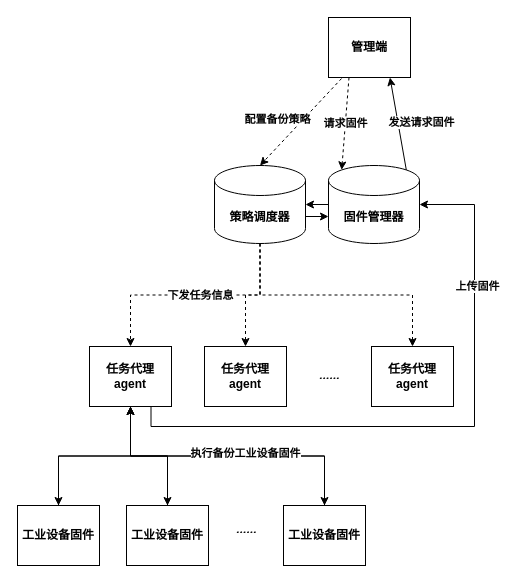
Alpha-Girl/drawio keeps this draw.io diagram as patent1.drawio. Above is the earlier version. Source tidied: cells renumbered, new cells numbered last; positions are measured from the earlier drawing's top-left corner, leaving out a move shared by most shapes. Both pictures are drawn from the tidied source at 100%, with x=0, y=0 at pixel (17, 17).
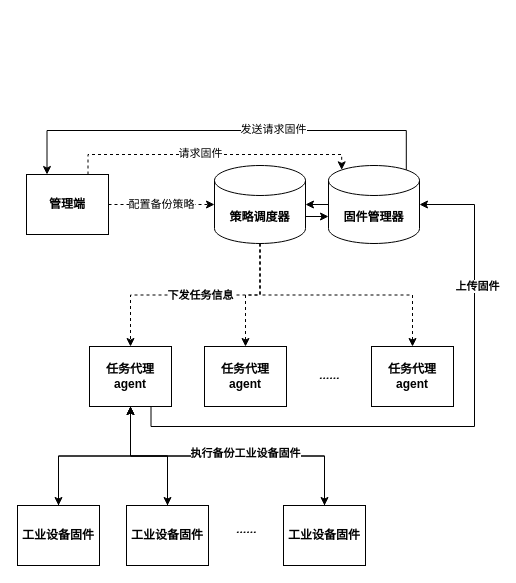
The same diagram, later.

Unchanged cells that the change refers to:
```xml
<mxCell id="11" value="策略调度器" style="shape=cylinder3;whiteSpace=wrap;html=1;boundedLbl=1;backgroundOutline=1;size=15;fontStyle=1;" parent="1" vertex="1">
  <mxGeometry x="197" y="148" width="91" height="78" as="geometry" />
</mxCell>
<mxCell id="30" value="固件管理器" style="shape=cylinder3;whiteSpace=wrap;html=1;boundedLbl=1;backgroundOutline=1;size=15;fontStyle=1;" parent="1" vertex="1">
  <mxGeometry x="311" y="148" width="91" height="78" as="geometry" />
</mxCell>
```

Change to the diagram source:
```diff
@@
-    <mxCell id="2" style="rounded=0;jettySize=auto;html=1;exitX=0.159;exitY=1.017;exitDx=0;exitDy=0;entryX=0.5;entryY=0;entryDx=0;entryDy=0;entryPerimeter=0;dashed=1;exitPerimeter=0;" parent="1" edge="1" source="5" target="11">
-      <mxGeometry relative="1" as="geometry" />
-    </mxCell>
-    <mxCell id="3" value="配置备份策略" style="edgeLabel;html=1;align=center;verticalAlign=middle;fontStyle=1;" parent="2" vertex="1">
-      <mxGeometry x="-0.11" y="2" relative="1" as="geometry">
-        <mxPoint x="-30" as="offset" />
-      </mxGeometry>
+    <mxCell id="3" value="配置备份策略" style="edgeStyle=orthogonalEdgeStyle;rounded=0;jettySize=auto;html=1;exitX=1;exitY=0.5;exitDx=0;exitDy=0;entryX=0;entryY=0.5;entryDx=0;entryDy=0;entryPerimeter=0;dashed=1;" parent="1" edge="1" source="5" target="11">
+      <mxGeometry relative="1" as="geometry" />
     </mxCell>
+    <mxCell id="32" style="edgeStyle=orthogonalEdgeStyle;rounded=0;jettySize=auto;html=1;exitX=0.75;exitY=0;exitDx=0;exitDy=0;entryX=0.145;entryY=0;entryDx=0;entryDy=4.35;entryPerimeter=0;dashed=1;" parent="1" edge="1" source="5" target="30">
+      <mxGeometry relative="1" as="geometry">
+        <Array as="points">
+          <mxPoint x="71" y="137" />
+          <mxPoint x="324" y="137" />
+        </Array>
+      </mxGeometry>
+    </mxCell>
-    <mxCell id="4" value="请求固件" style="rounded=0;jettySize=auto;html=1;exitX=0.25;exitY=1;exitDx=0;exitDy=0;entryX=0.145;entryY=0;entryDx=0;entryDy=4.35;entryPerimeter=0;fontStyle=1;dashed=1;" parent="1" edge="1" source="5" target="30">
-      <mxGeometry relative="1" as="geometry" />
+    <mxCell id="4" value="请求固件" style="edgeLabel;html=1;align=center;verticalAlign=middle;" parent="32" vertex="1">
+      <mxGeometry x="-0.09" y="2" relative="1" as="geometry" />
     </mxCell>
     <mxCell id="5" value="管理端" style="rounded=0;whiteSpace=wrap;html=1;fontStyle=1;" parent="1" vertex="1">
-      <mxGeometry x="311" width="82" height="60" as="geometry" />
+      <mxGeometry x="9" y="157" width="82" height="60" as="geometry" />
     </mxCell>
@@
+    <mxCell id="29" style="edgeStyle=none;rounded=0;jettySize=auto;html=1;exitX=0;exitY=0.5;exitDx=0;exitDy=0;exitPerimeter=0;entryX=1;entryY=0.5;entryDx=0;entryDy=0;entryPerimeter=0;" parent="1" edge="1" source="30" target="11">
+      <mxGeometry relative="1" as="geometry" />
+    </mxCell>
+    <mxCell id="33" style="edgeStyle=orthogonalEdgeStyle;rounded=0;jettySize=auto;html=1;exitX=0.855;exitY=0;exitDx=0;exitDy=4.35;exitPerimeter=0;entryX=0.25;entryY=0;entryDx=0;entryDy=0;" parent="1" edge="1" source="30" target="5">
+      <mxGeometry relative="1" as="geometry">
+        <Array as="points">
+          <mxPoint x="389" y="113" />
+          <mxPoint x="30" y="113" />
+        </Array>
+      </mxGeometry>
+    </mxCell>
-    <mxCell id="28" value="发送请求固件" style="rounded=0;jettySize=auto;html=1;exitX=0.855;exitY=0;exitDx=0;exitDy=4.35;exitPerimeter=0;entryX=0.75;entryY=1;entryDx=0;entryDy=0;fontStyle=1;" parent="1" edge="1" source="30" target="5">
-      <mxGeometry x="-0.06" y="-23" relative="1" as="geometry" />
+    <mxCell id="28" value="发送请求固件" style="edgeLabel;html=1;align=center;verticalAlign=middle;" parent="33" vertex="1">
+      <mxGeometry x="-0.22" y="-2" relative="1" as="geometry" />
     </mxCell>
-    <mxCell id="29" style="edgeStyle=none;rounded=0;jettySize=auto;html=1;exitX=0;exitY=0.5;exitDx=0;exitDy=0;exitPerimeter=0;entryX=1;entryY=0.5;entryDx=0;entryDy=0;entryPerimeter=0;" parent="1" edge="1" source="30" target="11">
-      <mxGeometry relative="1" as="geometry" />
-    </mxCell>
```
